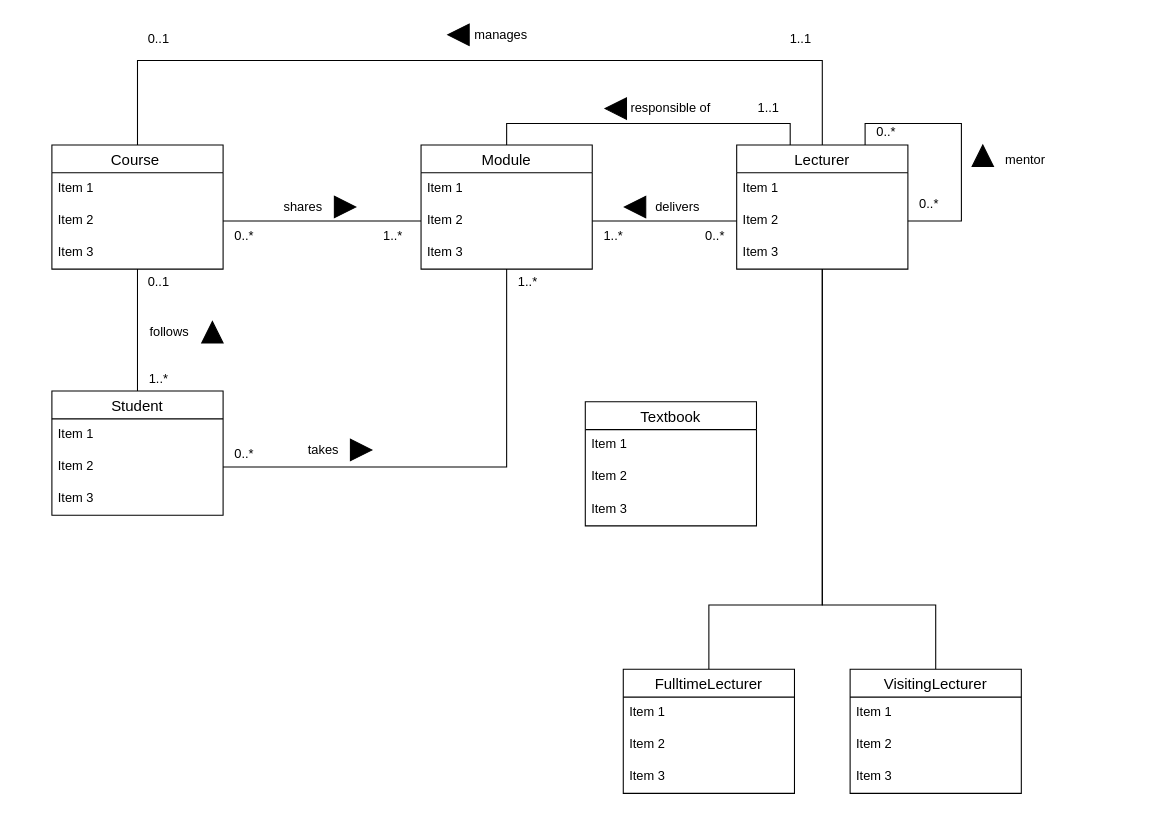
Earlier version of the draw.io diagram page "MyAnswers" (2 of 2) of Tutorial 2/Tutorial2_Exercise2.drawio (ChitharaKarunasekera/DatabaseSystemsTutorials). Source tidied: cells renumbered, new cells numbered last; positions are measured from the earlier drawing's top-left corner, leaving out a move shared by most shapes. Both pictures are drawn from the tidied source at 107%, with x=0, y=0 at pixel (51, 18).
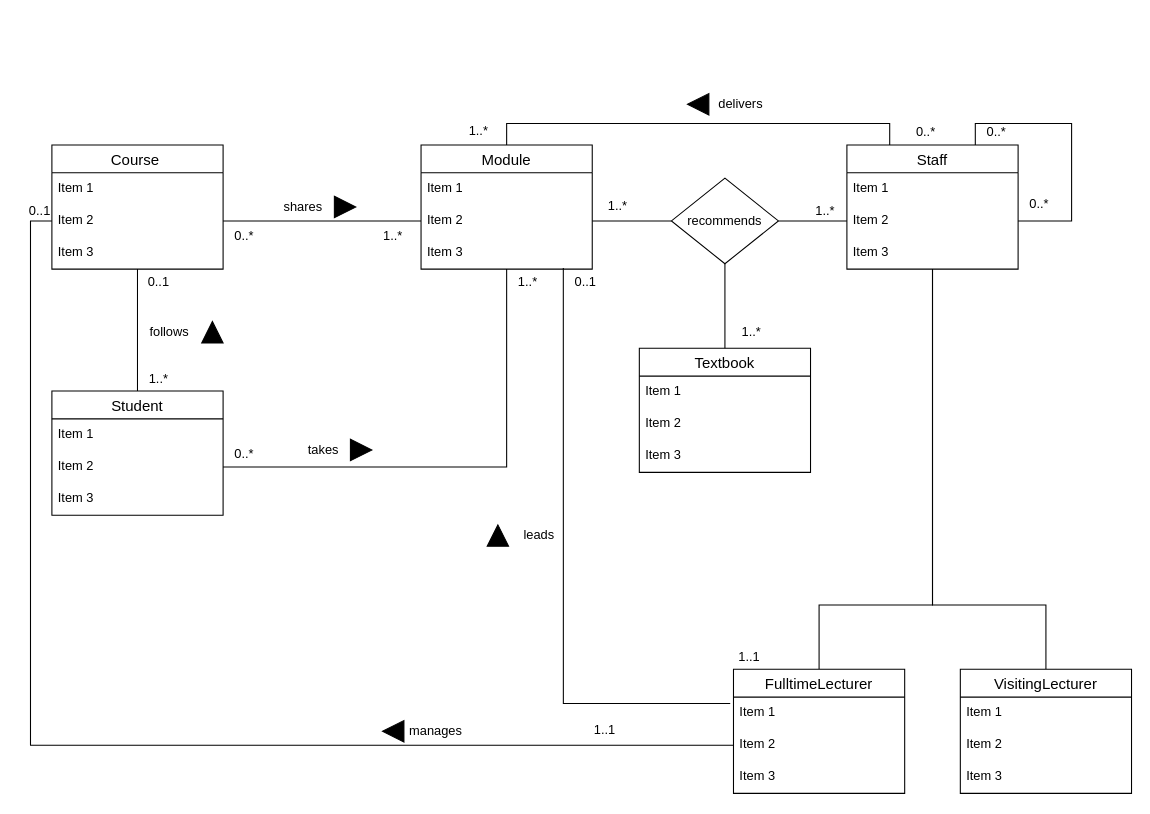
The same page after the edit.

Unchanged cells that the change refers to:
```xml
<mxCell id="3" value="Course " style="swimlane;fontStyle=0;horizontal=1;startSize=26;align=center;fontSize=14;" parent="1" vertex="1">
  <mxGeometry y="118" width="160" height="116" as="geometry" />
</mxCell>
<mxCell id="5" value="Item 2" style="text;strokeColor=none;fillColor=none;spacingLeft=4;spacingRight=4;overflow=hidden;points=[[0,0.5],[1,0.5]];portConstraint=eastwest;fontSize=12;" parent="3" vertex="1">
  <mxGeometry y="56" width="160" height="30" as="geometry" />
</mxCell>
<mxCell id="7" value="Module" style="swimlane;fontStyle=0;horizontal=1;startSize=26;align=center;fontSize=14;" parent="1" vertex="1">
  <mxGeometry x="345" y="118" width="160" height="116" as="geometry" />
</mxCell>
<mxCell id="9" value="Item 2" style="text;strokeColor=none;fillColor=none;spacingLeft=4;spacingRight=4;overflow=hidden;points=[[0,0.5],[1,0.5]];portConstraint=eastwest;fontSize=12;" parent="7" vertex="1">
  <mxGeometry y="56" width="160" height="30" as="geometry" />
</mxCell>
<mxCell id="10" value="Item 3" style="text;strokeColor=none;fillColor=none;spacingLeft=4;spacingRight=4;overflow=hidden;points=[[0,0.5],[1,0.5]];portConstraint=eastwest;fontSize=12;" parent="7" vertex="1">
  <mxGeometry y="86" width="160" height="30" as="geometry" />
</mxCell>
<mxCell id="35" value="Item 2" style="text;strokeColor=none;fillColor=none;spacingLeft=4;spacingRight=4;overflow=hidden;points=[[0,0.5],[1,0.5]];portConstraint=eastwest;fontSize=12;" parent="33" vertex="1">
  <mxGeometry y="56" width="160" height="30" as="geometry" />
</mxCell>
<mxCell id="44" value="Item 1" style="text;strokeColor=none;fillColor=none;spacingLeft=4;spacingRight=4;overflow=hidden;points=[[0,0.5],[1,0.5]];portConstraint=eastwest;fontSize=12;" parent="43" vertex="1">
  <mxGeometry y="26" width="160" height="30" as="geometry" />
</mxCell>
<mxCell id="45" value="Item 2" style="text;strokeColor=none;fillColor=none;spacingLeft=4;spacingRight=4;overflow=hidden;points=[[0,0.5],[1,0.5]];portConstraint=eastwest;fontSize=12;" parent="43" vertex="1">
  <mxGeometry y="56" width="160" height="30" as="geometry" />
</mxCell>
```

Change to the diagram source:
```diff
@@
+    <mxCell id="66" style="edgeStyle=orthogonalEdgeStyle;rounded=0;jettySize=auto;html=1;exitX=0.5;exitY=0;exitDx=0;exitDy=0;entryX=0.25;entryY=0;entryDx=0;entryDy=0;endArrow=none;endFill=0;" parent="1" edge="1" source="7" target="33">
+      <mxGeometry relative="1" as="geometry" />
+    </mxCell>
@@
     <mxCell id="29" style="edgeStyle=orthogonalEdgeStyle;rounded=0;jettySize=auto;html=1;entryX=0.5;entryY=0;entryDx=0;entryDy=0;endArrow=none;endFill=0;" parent="1" edge="1" source="33" target="43">
       <mxGeometry relative="1" as="geometry">
         <Array as="points">
-          <mxPoint x="720" y="548" />
-          <mxPoint x="614" y="548" />
+          <mxPoint x="823" y="548" />
+          <mxPoint x="717" y="548" />
         </Array>
       </mxGeometry>
     </mxCell>
     <mxCell id="30" style="edgeStyle=orthogonalEdgeStyle;rounded=0;jettySize=auto;html=1;endArrow=none;endFill=0;" parent="1" edge="1" source="33" target="47">
       <mxGeometry relative="1" as="geometry">
         <Array as="points">
-          <mxPoint x="720" y="548" />
-          <mxPoint x="826" y="548" />
+          <mxPoint x="823" y="548" />
+          <mxPoint x="929" y="548" />
         </Array>
       </mxGeometry>
     </mxCell>
-    <mxCell id="31" style="edgeStyle=orthogonalEdgeStyle;rounded=0;jettySize=auto;html=1;exitX=0.5;exitY=0;exitDx=0;exitDy=0;entryX=0.5;entryY=0;entryDx=0;entryDy=0;endArrow=none;endFill=0;" parent="1" edge="1" source="33" target="3">
-      <mxGeometry relative="1" as="geometry">
-        <Array as="points">
-          <mxPoint x="720" y="39" />
-          <mxPoint x="80" y="39" />
-        </Array>
-      </mxGeometry>
-    </mxCell>
-    <mxCell id="32" style="edgeStyle=orthogonalEdgeStyle;rounded=0;jettySize=auto;html=1;entryX=0.5;entryY=0;entryDx=0;entryDy=0;endArrow=none;endFill=0;" parent="1" edge="1" source="33" target="7">
-      <mxGeometry relative="1" as="geometry">
-        <Array as="points">
-          <mxPoint x="690" y="98" />
-          <mxPoint x="425" y="98" />
-        </Array>
-      </mxGeometry>
-    </mxCell>
-    <mxCell id="33" value="Lecturer" style="swimlane;fontStyle=0;horizontal=1;startSize=26;align=center;fontSize=14;" parent="1" vertex="1">
-      <mxGeometry x="640" y="118" width="160" height="116" as="geometry" />
+    <mxCell id="33" value="Staff" style="swimlane;fontStyle=0;horizontal=1;startSize=26;align=center;fontSize=14;" parent="1" vertex="1">
+      <mxGeometry x="743" y="118" width="160" height="116" as="geometry" />
     </mxCell>
@@
-    <mxCell id="38" style="edgeStyle=orthogonalEdgeStyle;rounded=0;jettySize=auto;html=1;endArrow=none;endFill=0;" parent="1" edge="1" source="9" target="35">
+    <mxCell id="38" style="edgeStyle=orthogonalEdgeStyle;rounded=0;jettySize=auto;html=1;endArrow=none;endFill=0;entryX=-0.019;entryY=0.2;entryDx=0;entryDy=0;entryPerimeter=0;exitX=0.831;exitY=0.967;exitDx=0;exitDy=0;exitPerimeter=0;" parent="1" edge="1" source="10" target="44">
       <mxGeometry relative="1" as="geometry" />
     </mxCell>
     <mxCell id="39" value="delivers" style="text;html=1;strokeColor=none;fillColor=none;align=center;verticalAlign=middle;whiteSpace=wrap;rounded=0;" parent="1" vertex="1">
-      <mxGeometry x="555" y="161" width="60" height="30" as="geometry" />
+      <mxGeometry x="614" y="65" width="60" height="30" as="geometry" />
     </mxCell>
     <mxCell id="40" style="triangle;whiteSpace=wrap;html=1;fillColor=#000000;rotation=0;direction=west;" parent="1" vertex="1">
-      <mxGeometry x="535" y="166" width="20" height="20" as="geometry" />
+      <mxGeometry x="594" y="70" width="20" height="20" as="geometry" />
     </mxCell>
     <mxCell id="41" value="0..*" style="text;html=1;strokeColor=none;fillColor=none;align=center;verticalAlign=middle;whiteSpace=wrap;rounded=0;" parent="1" vertex="1">
-      <mxGeometry x="600" y="191" width="40" height="23" as="geometry" />
+      <mxGeometry x="797" y="94" width="40" height="23" as="geometry" />
     </mxCell>
     <mxCell id="42" value="1..*" style="text;html=1;strokeColor=none;fillColor=none;align=center;verticalAlign=middle;whiteSpace=wrap;rounded=0;" parent="1" vertex="1">
-      <mxGeometry x="505" y="191" width="40" height="23" as="geometry" />
+      <mxGeometry x="379" y="93" width="40" height="23" as="geometry" />
     </mxCell>
     <mxCell id="43" value="FulltimeLecturer" style="swimlane;fontStyle=0;horizontal=1;startSize=26;align=center;fontSize=14;" parent="1" vertex="1">
-      <mxGeometry x="534" y="608" width="160" height="116" as="geometry" />
+      <mxGeometry x="637" y="608" width="160" height="116" as="geometry" />
     </mxCell>
@@
     <mxCell id="47" value="VisitingLecturer" style="swimlane;fontStyle=0;horizontal=1;startSize=26;align=center;fontSize=14;" parent="1" vertex="1">
-      <mxGeometry x="746" y="608" width="160" height="116" as="geometry" />
+      <mxGeometry x="849" y="608" width="160" height="116" as="geometry" />
     </mxCell>
@@
-    <mxCell id="51" value="manages" style="text;html=1;strokeColor=none;fillColor=none;align=center;verticalAlign=middle;whiteSpace=wrap;rounded=0;" parent="1" vertex="1">
-      <mxGeometry x="390" width="60" height="30" as="geometry" />
-    </mxCell>
-    <mxCell id="52" style="triangle;whiteSpace=wrap;html=1;fillColor=#000000;rotation=0;direction=west;" parent="1" vertex="1">
-      <mxGeometry x="370" y="5" width="20" height="20" as="geometry" />
-    </mxCell>
     <mxCell id="53" value="0..1" style="text;html=1;strokeColor=none;fillColor=none;align=center;verticalAlign=middle;whiteSpace=wrap;rounded=0;" parent="1" vertex="1">
-      <mxGeometry x="80" y="7" width="40" height="23" as="geometry" />
+      <mxGeometry x="-31" y="168" width="40" height="23" as="geometry" />
     </mxCell>
     <mxCell id="54" value="1..1" style="text;html=1;strokeColor=none;fillColor=none;align=center;verticalAlign=middle;whiteSpace=wrap;rounded=0;" parent="1" vertex="1">
-      <mxGeometry x="680" y="7" width="40" height="23" as="geometry" />
+      <mxGeometry x="497" y="653" width="40" height="23" as="geometry" />
     </mxCell>
-    <mxCell id="55" value="responsible of" style="text;html=1;strokeColor=none;fillColor=none;align=center;verticalAlign=middle;whiteSpace=wrap;rounded=0;" parent="1" vertex="1">
-      <mxGeometry x="537" y="69" width="83" height="30" as="geometry" />
+    <mxCell id="55" value="leads" style="text;html=1;strokeColor=none;fillColor=none;align=center;verticalAlign=middle;whiteSpace=wrap;rounded=0;" parent="1" vertex="1">
+      <mxGeometry x="426.8" y="468" width="56.5" height="30" as="geometry" />
     </mxCell>
-    <mxCell id="56" style="triangle;whiteSpace=wrap;html=1;fillColor=#000000;rotation=0;direction=west;" parent="1" vertex="1">
-      <mxGeometry x="517" y="74" width="20" height="20" as="geometry" />
+    <mxCell id="56" style="triangle;whiteSpace=wrap;html=1;fillColor=#000000;rotation=0;direction=north;" parent="1" vertex="1">
+      <mxGeometry x="406.8" y="473" width="20" height="20" as="geometry" />
     </mxCell>
     <mxCell id="57" value="1..1" style="text;html=1;strokeColor=none;fillColor=none;align=center;verticalAlign=middle;whiteSpace=wrap;rounded=0;" parent="1" vertex="1">
-      <mxGeometry x="650" y="72.5" width="40" height="23" as="geometry" />
+      <mxGeometry x="632" y="585" width="40" height="23" as="geometry" />
     </mxCell>
-    <mxCell id="58" value="mentor" style="text;html=1;strokeColor=none;fillColor=none;align=center;verticalAlign=middle;whiteSpace=wrap;rounded=0;" parent="1" vertex="1">
-      <mxGeometry x="880" y="117" width="60" height="30" as="geometry" />
-    </mxCell>
-    <mxCell id="59" style="triangle;whiteSpace=wrap;html=1;fillColor=#000000;rotation=0;direction=north;" parent="1" vertex="1">
-      <mxGeometry x="860" y="118" width="20" height="20" as="geometry" />
-    </mxCell>
     <mxCell id="60" value="0..*" style="text;html=1;strokeColor=none;fillColor=none;align=center;verticalAlign=middle;whiteSpace=wrap;rounded=0;" parent="1" vertex="1">
-      <mxGeometry x="760" y="94" width="40" height="23" as="geometry" />
+      <mxGeometry x="863" y="94" width="40" height="23" as="geometry" />
     </mxCell>
     <mxCell id="61" value="0..*" style="text;html=1;strokeColor=none;fillColor=none;align=center;verticalAlign=middle;whiteSpace=wrap;rounded=0;" parent="1" vertex="1">
-      <mxGeometry x="800" y="161" width="40" height="23" as="geometry" />
+      <mxGeometry x="903" y="161" width="40" height="23" as="geometry" />
     </mxCell>
     <mxCell id="62" value="Textbook" style="swimlane;fontStyle=0;horizontal=1;startSize=26;align=center;fontSize=14;" parent="1" vertex="1">
-      <mxGeometry x="498.5" y="358" width="160" height="116" as="geometry" />
+      <mxGeometry x="549" y="308" width="160" height="116" as="geometry" />
     </mxCell>
@@
+    <mxCell id="67" style="edgeStyle=orthogonalEdgeStyle;rounded=0;jettySize=auto;html=1;exitX=0;exitY=0.5;exitDx=0;exitDy=0;entryX=0;entryY=0.5;entryDx=0;entryDy=0;endArrow=none;endFill=0;" parent="1" edge="1" source="45" target="5">
+      <mxGeometry relative="1" as="geometry" />
+    </mxCell>
+    <mxCell id="51" value="manages" style="text;html=1;strokeColor=none;fillColor=none;align=center;verticalAlign=middle;whiteSpace=wrap;rounded=0;" parent="1" vertex="1">
+      <mxGeometry x="329" y="651" width="60" height="30" as="geometry" />
+    </mxCell>
+    <mxCell id="68" style="triangle;whiteSpace=wrap;html=1;fillColor=#000000;rotation=0;direction=west;" parent="1" vertex="1">
+      <mxGeometry x="309" y="656" width="20" height="20" as="geometry" />
+    </mxCell>
+    <mxCell id="69" value="0..1" style="text;html=1;strokeColor=none;fillColor=none;align=center;verticalAlign=middle;whiteSpace=wrap;rounded=0;" parent="1" vertex="1">
+      <mxGeometry x="479" y="234" width="40" height="23" as="geometry" />
+    </mxCell>
+    <mxCell id="70" style="edgeStyle=orthogonalEdgeStyle;rounded=0;jettySize=auto;html=1;entryX=1;entryY=0.5;entryDx=0;entryDy=0;endArrow=none;endFill=0;" parent="1" edge="1" source="73" target="9">
+      <mxGeometry relative="1" as="geometry" />
+    </mxCell>
+    <mxCell id="71" style="edgeStyle=orthogonalEdgeStyle;rounded=0;jettySize=auto;html=1;entryX=0;entryY=0.5;entryDx=0;entryDy=0;endArrow=none;endFill=0;" parent="1" edge="1" source="73" target="35">
+      <mxGeometry relative="1" as="geometry" />
+    </mxCell>
+    <mxCell id="72" style="edgeStyle=orthogonalEdgeStyle;rounded=0;jettySize=auto;html=1;entryX=0.5;entryY=0;entryDx=0;entryDy=0;endArrow=none;endFill=0;" parent="1" edge="1" source="73" target="62">
+      <mxGeometry relative="1" as="geometry" />
+    </mxCell>
+    <mxCell id="73" value="recommends" style="rhombus;whiteSpace=wrap;html=1;fillColor=none;strokeColor=default;" parent="1" vertex="1">
+      <mxGeometry x="579" y="149" width="100" height="80" as="geometry" />
+    </mxCell>
+    <mxCell id="74" value="1..*" style="text;html=1;strokeColor=none;fillColor=none;align=center;verticalAlign=middle;whiteSpace=wrap;rounded=0;" parent="1" vertex="1">
+      <mxGeometry x="509" y="163" width="40" height="23" as="geometry" />
+    </mxCell>
+    <mxCell id="75" value="1..*" style="text;html=1;strokeColor=none;fillColor=none;align=center;verticalAlign=middle;whiteSpace=wrap;rounded=0;" parent="1" vertex="1">
+      <mxGeometry x="703" y="168" width="40" height="23" as="geometry" />
+    </mxCell>
+    <mxCell id="76" value="1..*" style="text;html=1;strokeColor=none;fillColor=none;align=center;verticalAlign=middle;whiteSpace=wrap;rounded=0;" parent="1" vertex="1">
+      <mxGeometry x="634" y="281.5" width="40" height="23" as="geometry" />
+    </mxCell>
```
